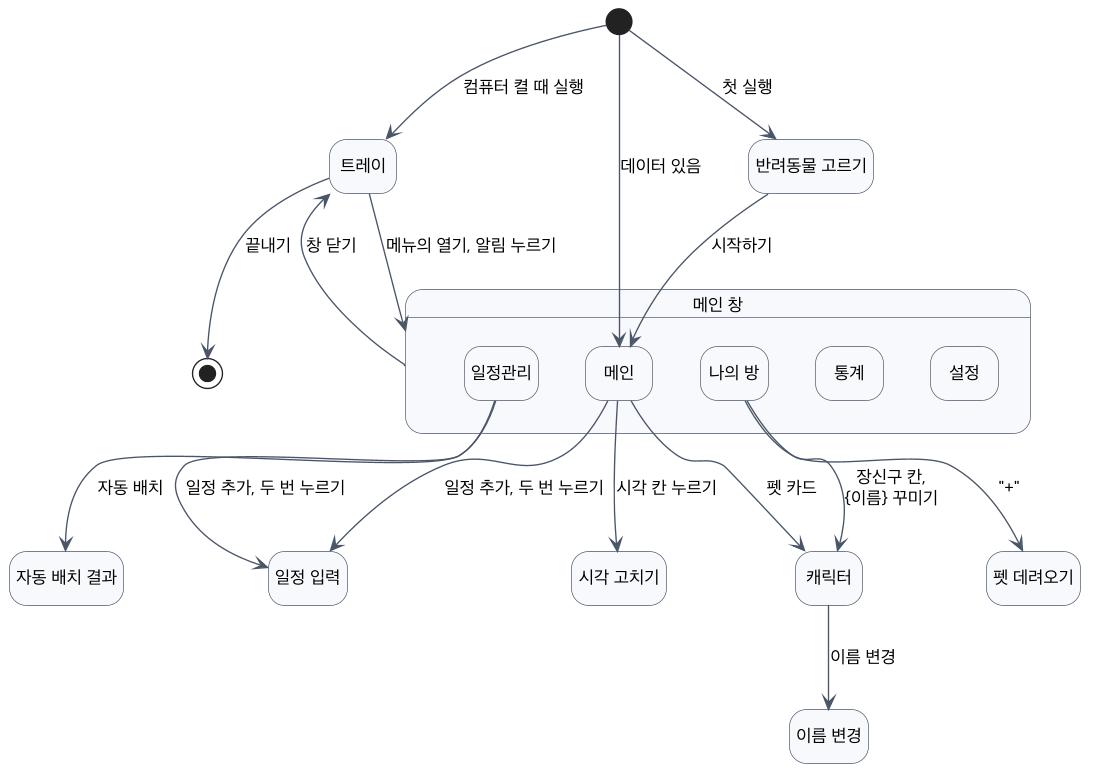
This is docs/diagrams/ui-flow.png from 2026-2-software-system-design-11/planning-pet-app, a PlantUML export, as it was before one commit.
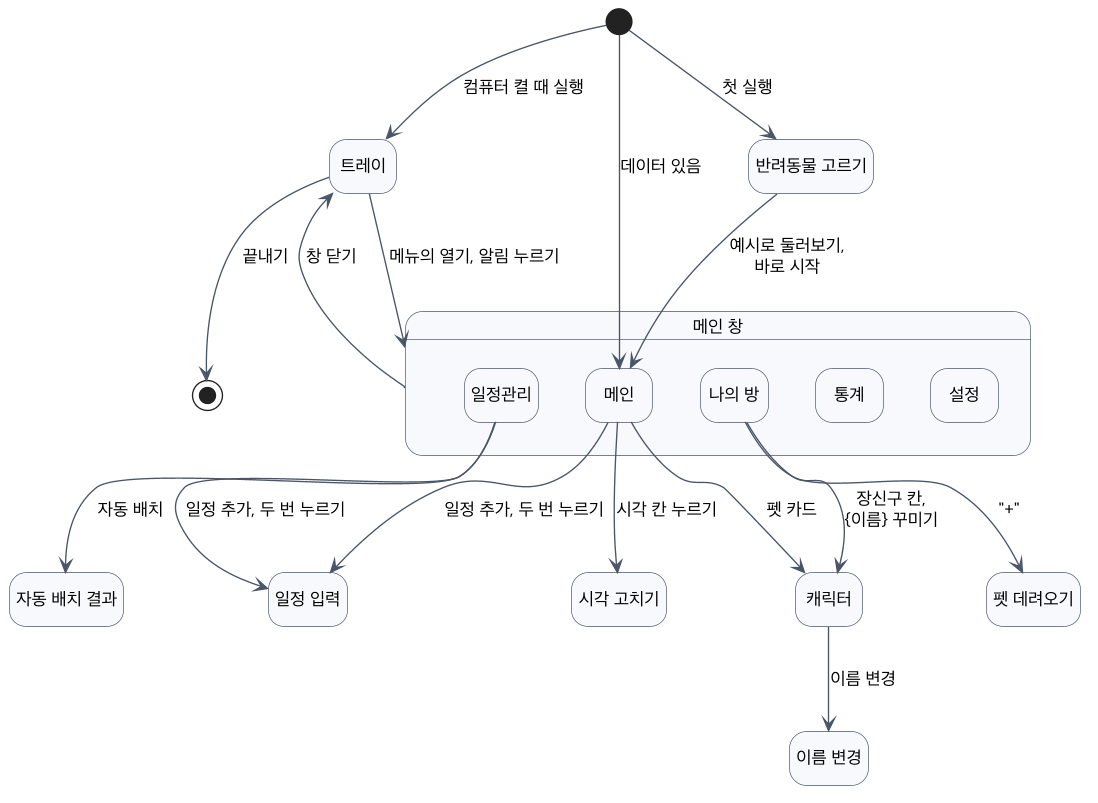
After the change.

Change to the diagram source:
```diff
@@ -29,7 +29,7 @@
 [*] --> Pick : 첫 실행
 [*] --> Main : 데이터 있음
 [*] --> Tray : 컴퓨터 켤 때 실행
-Pick --> Main : 시작하기
+Pick --> Main : 예시로 둘러보기,\n바로 시작
 Main --> Form : 일정 추가, 두 번 누르기
 Main --> Time : 시각 칸 누르기
 Sched --> Form : 일정 추가, 두 번 누르기
```
